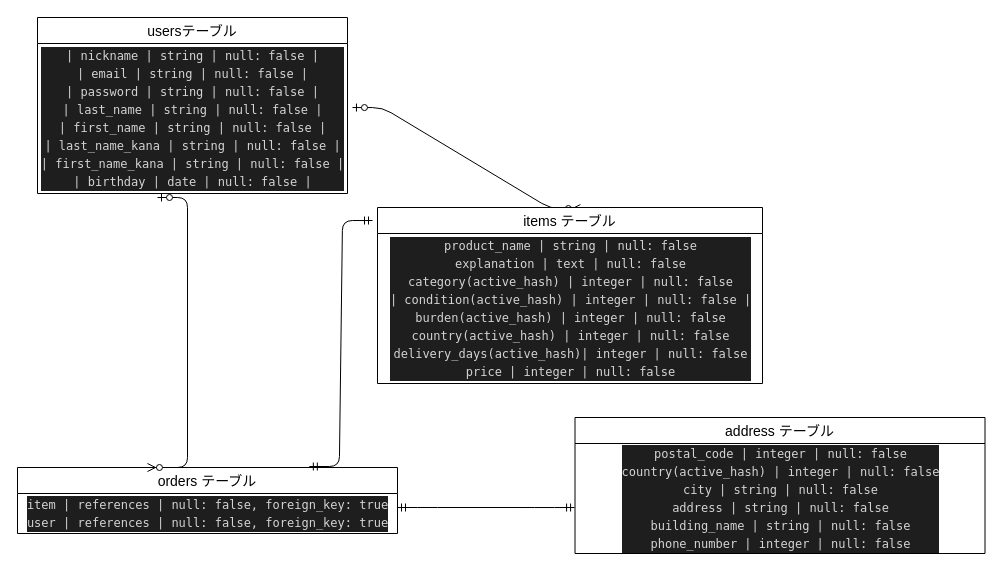
The draw.io diagram database.dio in kengoyamazaki0501/furima-31690, before the edit. Source tidied: cells renumbered, new cells numbered last; positions are measured from the earlier drawing's top-left corner, leaving out a move shared by most shapes. Both pictures are drawn from the tidied source at 100%, with x=0, y=0 at pixel (17, 17).
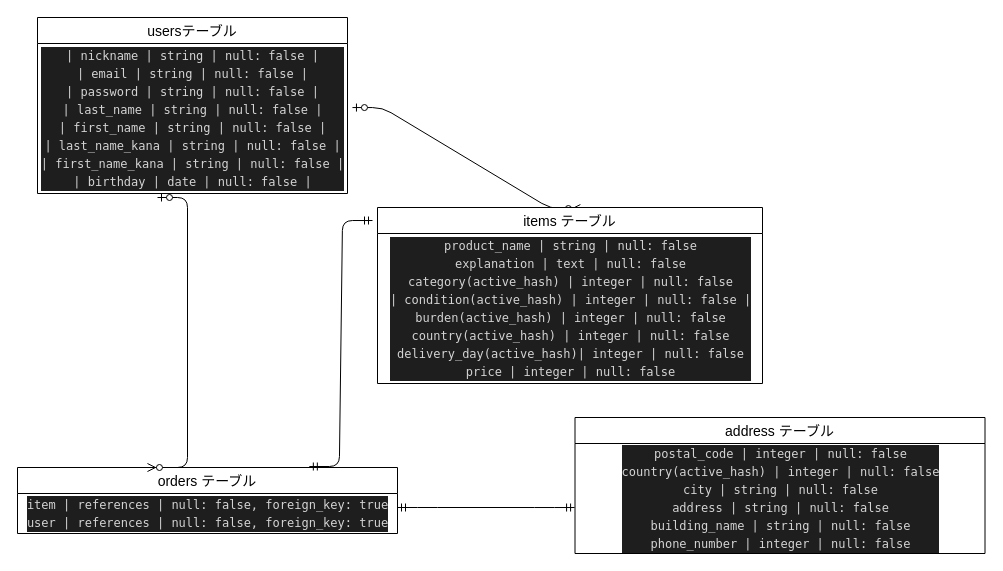
The same diagram, later.

Commit message (it also covers changes not shown here):
delivery_days_id 修正

Change to the diagram source:
```diff
@@
 <mxGraphModel>
   <root>
     <mxCell id="0" />
     <mxCell id="1" parent="0" />
     <mxCell id="2" value="orders テーブル" style="swimlane;fontStyle=0;horizontal=1;startSize=26;align=center;fontSize=14;" parent="1" vertex="1">
       <mxGeometry y="450" width="380" height="66" as="geometry" />
     </mxCell>
     <mxCell id="3" value="&lt;div style=&quot;color: rgb(212 , 212 , 212) ; background-color: rgb(30 , 30 , 30) ; font-family: &amp;#34;menlo&amp;#34; , &amp;#34;monaco&amp;#34; , &amp;#34;courier new&amp;#34; , monospace ; line-height: 18px&quot;&gt;item        | references | null: false, foreign_key: true &lt;/div&gt;&lt;div style=&quot;color: rgb(212 , 212 , 212) ; background-color: rgb(30 , 30 , 30) ; font-family: &amp;#34;menlo&amp;#34; , &amp;#34;monaco&amp;#34; , &amp;#34;courier new&amp;#34; , monospace ; line-height: 18px&quot;&gt;&lt;div style=&quot;line-height: 18px&quot;&gt;user        | references | null: false, foreign_key: true&lt;/div&gt;&lt;/div&gt;" style="text;html=1;align=center;verticalAlign=middle;" parent="2" vertex="1">
       <mxGeometry y="26" width="380" height="40" as="geometry" />
     </mxCell>
     <mxCell id="4" value="address テーブル" style="swimlane;fontStyle=0;horizontal=1;startSize=26;align=center;fontSize=14;" parent="1" vertex="1">
       <mxGeometry x="557.5" y="400" width="410" height="136" as="geometry" />
     </mxCell>
     <mxCell id="5" value="&lt;div style=&quot;color: rgb(212 , 212 , 212) ; background-color: rgb(30 , 30 , 30) ; font-family: &amp;#34;menlo&amp;#34; , &amp;#34;monaco&amp;#34; , &amp;#34;courier new&amp;#34; , monospace ; line-height: 18px&quot;&gt;postal_code          | integer      | null: false&lt;/div&gt;&lt;div style=&quot;color: rgb(212 , 212 , 212) ; background-color: rgb(30 , 30 , 30) ; font-family: &amp;#34;menlo&amp;#34; , &amp;#34;monaco&amp;#34; , &amp;#34;courier new&amp;#34; , monospace ; line-height: 18px&quot;&gt;&lt;div style=&quot;line-height: 18px&quot;&gt;country(active_hash) | integer      | null: false&lt;/div&gt;&lt;div style=&quot;line-height: 18px&quot;&gt;&lt;div style=&quot;line-height: 18px&quot;&gt;city                 | string       | null: false&lt;/div&gt;&lt;div style=&quot;line-height: 18px&quot;&gt;&lt;div style=&quot;line-height: 18px&quot;&gt;address              | string       | null: false&lt;/div&gt;&lt;/div&gt;&lt;div style=&quot;line-height: 18px&quot;&gt;&lt;div style=&quot;line-height: 18px&quot;&gt;building_name        | string       | null: false&lt;/div&gt;&lt;div style=&quot;line-height: 18px&quot;&gt;&lt;div style=&quot;line-height: 18px&quot;&gt;phone_number         | integer      | null: false&lt;/div&gt;&lt;/div&gt;&lt;/div&gt;&lt;/div&gt;&lt;/div&gt;" style="text;html=1;align=center;verticalAlign=middle;points=[];" parent="4" vertex="1">
       <mxGeometry y="26" width="410" height="110" as="geometry" />
     </mxCell>
     <mxCell id="6" value="usersテーブル" style="swimlane;fontStyle=0;horizontal=1;startSize=26;align=center;fontSize=14;" parent="1" vertex="1">
       <mxGeometry x="20" width="310" height="176" as="geometry" />
     </mxCell>
     <mxCell id="7" value="&lt;div style=&quot;color: rgb(212 , 212 , 212) ; background-color: rgb(30 , 30 , 30) ; font-family: &amp;#34;menlo&amp;#34; , &amp;#34;monaco&amp;#34; , &amp;#34;courier new&amp;#34; , monospace ; line-height: 18px&quot;&gt;&lt;div&gt;| nickname         | string  | null: false |&lt;/div&gt;&lt;div&gt;&lt;div style=&quot;font-family: &amp;#34;menlo&amp;#34; , &amp;#34;monaco&amp;#34; , &amp;#34;courier new&amp;#34; , monospace ; line-height: 18px&quot;&gt;&lt;div&gt;| email            | string  | null: false |&lt;/div&gt;&lt;div&gt;&lt;div style=&quot;line-height: 18px&quot;&gt;&lt;div&gt;| password         | string  | null: false |&lt;/div&gt;&lt;div&gt;&lt;div style=&quot;line-height: 18px&quot;&gt;&lt;div&gt;| last_name        | string  | null: false |&lt;/div&gt;&lt;div&gt;&lt;div style=&quot;line-height: 18px&quot;&gt;&lt;div&gt;| first_name       | string  | null: false |&lt;/div&gt;&lt;div&gt;&lt;/div&gt;&lt;/div&gt;&lt;/div&gt;&lt;div&gt;&lt;div style=&quot;line-height: 18px&quot;&gt;&lt;div&gt;| last_name_kana   | string  | null: false |&lt;/div&gt;&lt;div&gt;&lt;div style=&quot;line-height: 18px&quot;&gt;&lt;div&gt;| first_name_kana  | string  | null: false |&lt;/div&gt;&lt;div&gt;&lt;div style=&quot;line-height: 18px&quot;&gt;&lt;div&gt;| birthday         | date    | null: false |&lt;/div&gt;&lt;div&gt;&lt;span style=&quot;color: #569cd6 ; font-weight: bold&quot;&gt;&lt;/span&gt;&lt;/div&gt;&lt;/div&gt;&lt;/div&gt;&lt;div&gt;&lt;/div&gt;&lt;/div&gt;&lt;/div&gt;&lt;div&gt;&lt;/div&gt;&lt;/div&gt;&lt;/div&gt;&lt;div&gt;&lt;/div&gt;&lt;/div&gt;&lt;/div&gt;&lt;div&gt;&lt;/div&gt;&lt;/div&gt;&lt;/div&gt;&lt;div&gt;&lt;/div&gt;&lt;/div&gt;&lt;/div&gt;&lt;div&gt;&lt;/div&gt;&lt;/div&gt;" style="text;html=1;align=center;verticalAlign=middle;points=[];" parent="6" vertex="1">
       <mxGeometry y="26" width="310" height="150" as="geometry" />
     </mxCell>
     <mxCell id="8" style="edgeStyle=entityRelationEdgeStyle;fontSize=12;html=1;endArrow=ERzeroToMany;startArrow=ERzeroToOne;exitX=1.016;exitY=0.427;exitDx=0;exitDy=0;exitPerimeter=0;entryX=0.527;entryY=0.006;entryDx=0;entryDy=0;entryPerimeter=0;" parent="1" edge="1" source="7" target="9">
       <mxGeometry relative="1" as="geometry" />
     </mxCell>
     <mxCell id="9" value="items テーブル" style="swimlane;fontStyle=0;horizontal=1;startSize=26;align=center;fontSize=14;" parent="1" vertex="1">
       <mxGeometry x="360" y="190" width="385" height="176" as="geometry" />
     </mxCell>
-    <mxCell id="10" value="&lt;div style=&quot;color: rgb(212 , 212 , 212) ; background-color: rgb(30 , 30 , 30) ; font-family: &amp;#34;menlo&amp;#34; , &amp;#34;monaco&amp;#34; , &amp;#34;courier new&amp;#34; , monospace ; line-height: 18px&quot;&gt; product_name              | string       | null: false&lt;/div&gt;&lt;div style=&quot;color: rgb(212 , 212 , 212) ; background-color: rgb(30 , 30 , 30) ; font-family: &amp;#34;menlo&amp;#34; , &amp;#34;monaco&amp;#34; , &amp;#34;courier new&amp;#34; , monospace ; line-height: 18px&quot;&gt;&lt;div style=&quot;font-family: &amp;#34;menlo&amp;#34; , &amp;#34;monaco&amp;#34; , &amp;#34;courier new&amp;#34; , monospace ; line-height: 18px&quot;&gt;explanation               | text         | null: false&lt;/div&gt;&lt;div style=&quot;font-family: &amp;#34;menlo&amp;#34; , &amp;#34;monaco&amp;#34; , &amp;#34;courier new&amp;#34; , monospace ; line-height: 18px&quot;&gt;&lt;div style=&quot;line-height: 18px&quot;&gt;category(active_hash)     | integer      | null: false&lt;/div&gt;&lt;div style=&quot;line-height: 18px&quot;&gt;&lt;div style=&quot;line-height: 18px&quot;&gt;&lt;div&gt;| condition(active_hash)    | integer      | null: false                    |&lt;/div&gt;&lt;div&gt;&lt;div style=&quot;line-height: 18px&quot;&gt; burden(active_hash)       | integer      | null: false&lt;/div&gt;&lt;/div&gt;&lt;div style=&quot;line-height: 18px&quot;&gt;&lt;div style=&quot;line-height: 18px&quot;&gt;country(active_hash)      | integer      | null: false&lt;/div&gt;&lt;div style=&quot;line-height: 18px&quot;&gt;&lt;div style=&quot;line-height: 18px&quot;&gt;delivery_days(active_hash)| integer      | null: false&lt;/div&gt;&lt;div style=&quot;line-height: 18px&quot;&gt;&lt;div style=&quot;line-height: 18px&quot;&gt;price                     | integer      | null: false&lt;/div&gt;&lt;/div&gt;&lt;/div&gt;&lt;/div&gt;&lt;div&gt;&lt;/div&gt;&lt;/div&gt;&lt;/div&gt;&lt;/div&gt;&lt;/div&gt;" style="text;html=1;align=center;verticalAlign=middle;" parent="9" vertex="1">
+    <mxCell id="10" value="&lt;div style=&quot;color: rgb(212 , 212 , 212) ; background-color: rgb(30 , 30 , 30) ; font-family: &amp;#34;menlo&amp;#34; , &amp;#34;monaco&amp;#34; , &amp;#34;courier new&amp;#34; , monospace ; line-height: 18px&quot;&gt; product_name              | string       | null: false&lt;/div&gt;&lt;div style=&quot;color: rgb(212 , 212 , 212) ; background-color: rgb(30 , 30 , 30) ; font-family: &amp;#34;menlo&amp;#34; , &amp;#34;monaco&amp;#34; , &amp;#34;courier new&amp;#34; , monospace ; line-height: 18px&quot;&gt;&lt;div style=&quot;font-family: &amp;#34;menlo&amp;#34; , &amp;#34;monaco&amp;#34; , &amp;#34;courier new&amp;#34; , monospace ; line-height: 18px&quot;&gt;explanation               | text         | null: false&lt;/div&gt;&lt;div style=&quot;font-family: &amp;#34;menlo&amp;#34; , &amp;#34;monaco&amp;#34; , &amp;#34;courier new&amp;#34; , monospace ; line-height: 18px&quot;&gt;&lt;div style=&quot;line-height: 18px&quot;&gt;category(active_hash)     | integer      | null: false&lt;/div&gt;&lt;div style=&quot;line-height: 18px&quot;&gt;&lt;div style=&quot;line-height: 18px&quot;&gt;&lt;div&gt;| condition(active_hash)    | integer      | null: false                    |&lt;/div&gt;&lt;div&gt;&lt;div style=&quot;line-height: 18px&quot;&gt; burden(active_hash)       | integer      | null: false&lt;/div&gt;&lt;/div&gt;&lt;div style=&quot;line-height: 18px&quot;&gt;&lt;div style=&quot;line-height: 18px&quot;&gt;country(active_hash)      | integer      | null: false&lt;/div&gt;&lt;div style=&quot;line-height: 18px&quot;&gt;&lt;div style=&quot;line-height: 18px&quot;&gt;delivery_day(active_hash)| integer      | null: false&lt;/div&gt;&lt;div style=&quot;line-height: 18px&quot;&gt;&lt;div style=&quot;line-height: 18px&quot;&gt;price                     | integer      | null: false&lt;/div&gt;&lt;/div&gt;&lt;/div&gt;&lt;/div&gt;&lt;div&gt;&lt;/div&gt;&lt;/div&gt;&lt;/div&gt;&lt;/div&gt;&lt;/div&gt;" style="text;html=1;align=center;verticalAlign=middle;" parent="9" vertex="1">
       <mxGeometry y="26" width="385" height="150" as="geometry" />
     </mxCell>
     <mxCell id="11" style="edgeStyle=entityRelationEdgeStyle;fontSize=12;html=1;endArrow=ERzeroToMany;startArrow=ERzeroToOne;entryX=0.342;entryY=0;entryDx=0;entryDy=0;entryPerimeter=0;" parent="1" edge="1" target="2">
       <mxGeometry relative="1" as="geometry">
         <mxPoint x="140" y="180" as="sourcePoint" />
       </mxGeometry>
     </mxCell>
     <mxCell id="12" style="edgeStyle=entityRelationEdgeStyle;fontSize=12;html=1;endArrow=ERmandOne;startArrow=ERmandOne;exitX=0.768;exitY=-0.015;exitDx=0;exitDy=0;exitPerimeter=0;entryX=-0.013;entryY=0.074;entryDx=0;entryDy=0;entryPerimeter=0;" parent="1" edge="1" source="2" target="9">
       <mxGeometry x="-0.43" y="123" relative="1" as="geometry" />
     </mxCell>
     <mxCell id="13" style="edgeStyle=entityRelationEdgeStyle;fontSize=12;html=1;endArrow=ERmandOne;startArrow=ERmandOne;entryX=-0.001;entryY=0.582;entryDx=0;entryDy=0;entryPerimeter=0;" parent="1" edge="1" target="5">
       <mxGeometry relative="1" as="geometry">
         <mxPoint x="380" y="490" as="sourcePoint" />
       </mxGeometry>
     </mxCell>
   </root>
 </mxGraphModel>
```
